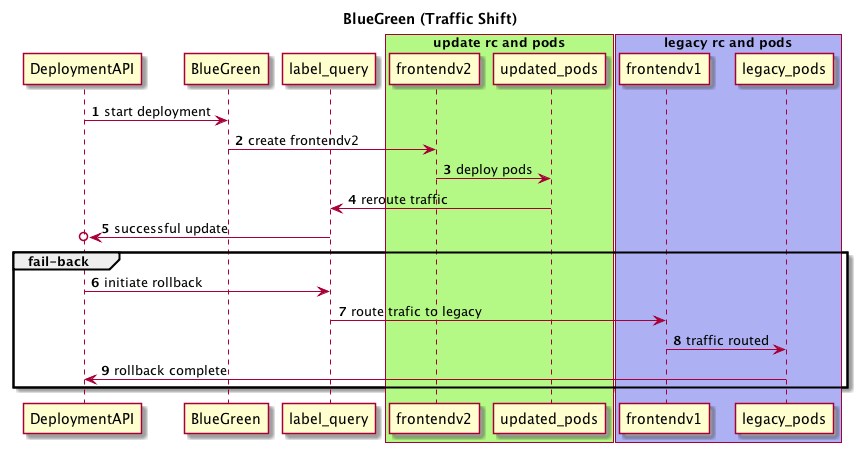
This is blue-green-doc/traffic_shift.png from lindison/uml-things, a PlantUML export, as it was before one commit. The source it was exported from:
```plantuml
@startuml
title BlueGreen (Traffic Shift)

autonumber
DeploymentAPI -> BlueGreen: start deployment
BlueGreen -> frontendv2: create frontendv2
frontendv2 -> updated_pods: deploy pods
updated_pods -> label_query: reroute traffic
label_query ->o DeploymentAPI: successful update
group fail-back
  DeploymentAPI -> label_query: initiate rollback
  label_query -> frontendv1: route trafic to legacy
  frontendv1 -> legacy_pods: traffic routed
  legacy_pods -> DeploymentAPI: rollback complete
end

box "update rc and pods" #b4f985
  participant frontendv2
  participant updated_pods
end box

box "legacy rc and pods" #adb1f4
  participant frontendv1
  participant legacy_pods
end box

@enduml
```
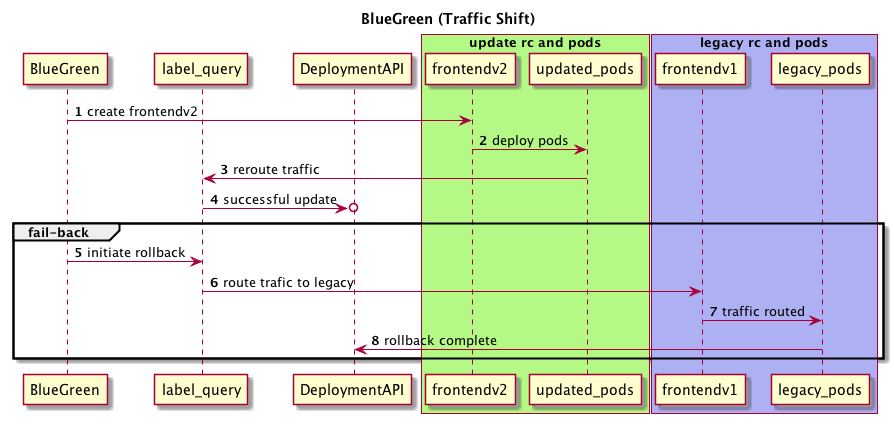
Above is the later version.

The edit, as a diff of the source:
```diff
@@ -2,13 +2,12 @@
 title BlueGreen (Traffic Shift)
 
 autonumber
-DeploymentAPI -> BlueGreen: start deployment
 BlueGreen -> frontendv2: create frontendv2
 frontendv2 -> updated_pods: deploy pods
 updated_pods -> label_query: reroute traffic
 label_query ->o DeploymentAPI: successful update
 group fail-back
-  DeploymentAPI -> label_query: initiate rollback
+  BlueGreen -> label_query: initiate rollback
   label_query -> frontendv1: route trafic to legacy
   frontendv1 -> legacy_pods: traffic routed
   legacy_pods -> DeploymentAPI: rollback complete
```
